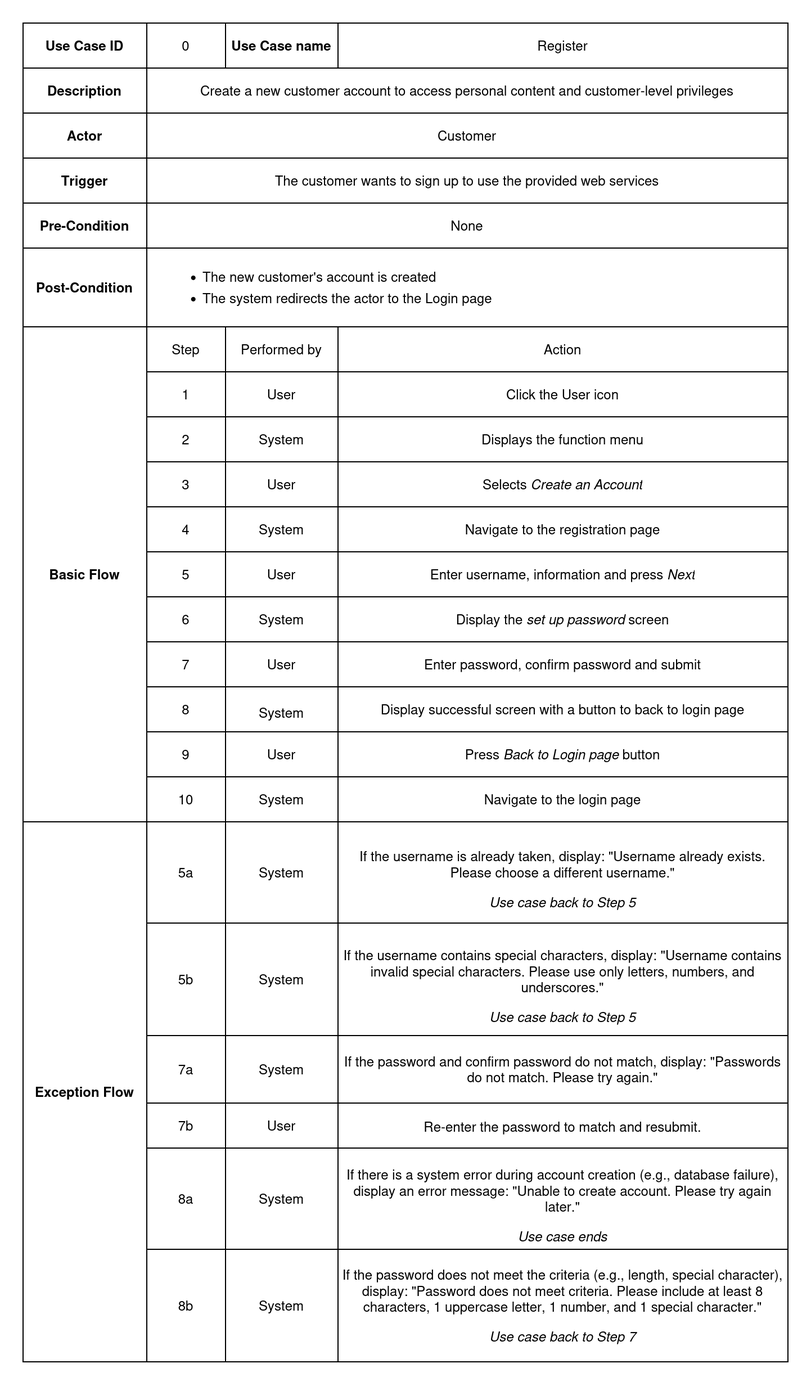
Before: documentation/Images/usecase_metadata_card/uc_0_register.drawio.png, a diagram exported from draw.io (auphong2707/itse-laptopshop-management-web-application). Source tidied: cells renumbered, new cells last; positions are measured from the earlier drawing's top-left corner, leaving out a move shared by most shapes.
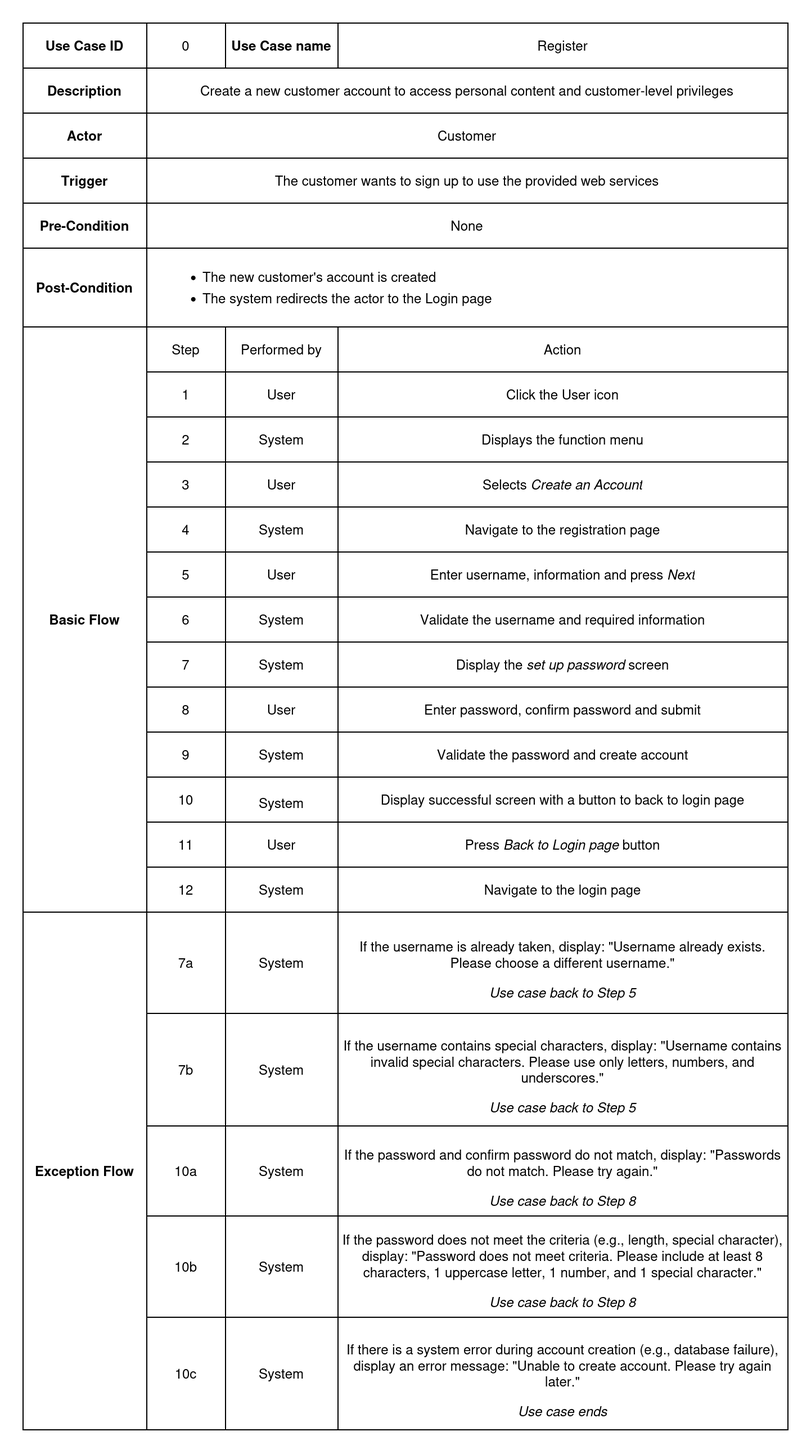
After the commit.

The edit, as a diff of the source:
```diff
@@ -3,7 +3,7 @@
     <mxCell id="0" />
     <mxCell id="1" parent="0" />
     <mxCell id="2" style="shape=table;startSize=0;" parent="1" vertex="1">
-      <mxGeometry width="680" height="1190" as="geometry" />
+      <mxGeometry width="680" height="1250" as="geometry" />
     </mxCell>
     <mxCell id="3" style="shape=tableRow;horizontal=0;startSize=0;swimlaneHead=0;swimlaneBody=0;strokeColor=inherit;top=0;left=0;bottom=0;right=0;fillColor=none;" parent="2" vertex="1">
       <mxGeometry width="680" height="40" as="geometry" />
@@ -68,8 +68,8 @@
     <mxCell id="23" style="shape=tableRow;horizontal=0;startSize=0;swimlaneHead=0;swimlaneBody=0;strokeColor=inherit;top=0;left=0;bottom=0;right=0;fillColor=none;" parent="2" vertex="1">
       <mxGeometry y="270" width="680" height="40" as="geometry" />
     </mxCell>
-    <mxCell id="24" value="Basic Flow" style="shape=partialRectangle;html=1;whiteSpace=wrap;strokeColor=inherit;overflow=hidden;fillColor=none;top=0;left=0;bottom=0;right=0;fontStyle=1;rowspan=11;colspan=1;" parent="23" vertex="1">
-      <mxGeometry width="110" height="440" as="geometry" />
+    <mxCell id="24" value="Basic Flow" style="shape=partialRectangle;html=1;whiteSpace=wrap;strokeColor=inherit;overflow=hidden;fillColor=none;top=0;left=0;bottom=0;right=0;fontStyle=1;rowspan=13;colspan=1;" parent="23" vertex="1">
+      <mxGeometry width="110" height="520" as="geometry" />
     </mxCell>
     <mxCell id="25" value="Step" style="shape=partialRectangle;html=1;whiteSpace=wrap;strokeColor=inherit;overflow=hidden;fillColor=none;top=0;left=0;bottom=0;right=0;" parent="23" vertex="1">
       <mxGeometry x="110" width="70" height="40" as="geometry" />
@@ -140,10 +140,22 @@
     <mxCell id="47" value="Enter username, information and press&amp;nbsp;&lt;i&gt;Next&lt;/i&gt;" style="shape=partialRectangle;html=1;whiteSpace=wrap;strokeColor=inherit;overflow=hidden;fillColor=none;top=0;left=0;bottom=0;right=0;" parent="44" vertex="1">
       <mxGeometry x="280" width="400" height="40" as="geometry" />
     </mxCell>
+    <mxCell id="93" style="shape=tableRow;horizontal=0;startSize=0;swimlaneHead=0;swimlaneBody=0;strokeColor=inherit;top=0;left=0;bottom=0;right=0;fillColor=none;" parent="2" vertex="1">
+      <mxGeometry y="510" width="680" height="40" as="geometry" />
+    </mxCell>
+    <mxCell id="94" value="6" style="shape=partialRectangle;html=1;whiteSpace=wrap;strokeColor=inherit;overflow=hidden;fillColor=none;top=0;left=0;bottom=0;right=0;" parent="93" vertex="1">
+      <mxGeometry x="110" width="70" height="40" as="geometry" />
+    </mxCell>
+    <mxCell id="95" value="System" style="shape=partialRectangle;html=1;whiteSpace=wrap;strokeColor=inherit;overflow=hidden;fillColor=none;top=0;left=0;bottom=0;right=0;" parent="93" vertex="1">
+      <mxGeometry x="180" width="100" height="40" as="geometry" />
+    </mxCell>
+    <mxCell id="96" value="Validate the username and required information" style="shape=partialRectangle;html=1;whiteSpace=wrap;strokeColor=inherit;overflow=hidden;fillColor=none;top=0;left=0;bottom=0;right=0;" parent="93" vertex="1">
+      <mxGeometry x="280" width="400" height="40" as="geometry" />
+    </mxCell>
     <mxCell id="48" style="shape=tableRow;horizontal=0;startSize=0;swimlaneHead=0;swimlaneBody=0;strokeColor=inherit;top=0;left=0;bottom=0;right=0;fillColor=none;" parent="2" vertex="1">
-      <mxGeometry y="510" width="680" height="40" as="geometry" />
+      <mxGeometry y="550" width="680" height="40" as="geometry" />
     </mxCell>
-    <mxCell id="49" value="6" style="shape=partialRectangle;html=1;whiteSpace=wrap;strokeColor=inherit;overflow=hidden;fillColor=none;top=0;left=0;bottom=0;right=0;" parent="48" vertex="1">
+    <mxCell id="49" value="7" style="shape=partialRectangle;html=1;whiteSpace=wrap;strokeColor=inherit;overflow=hidden;fillColor=none;top=0;left=0;bottom=0;right=0;" parent="48" vertex="1">
       <mxGeometry x="110" width="70" height="40" as="geometry" />
     </mxCell>
     <mxCell id="50" value="System" style="shape=partialRectangle;html=1;whiteSpace=wrap;strokeColor=inherit;overflow=hidden;fillColor=none;top=0;left=0;bottom=0;right=0;" parent="48" vertex="1">
@@ -153,9 +165,9 @@
       <mxGeometry x="280" width="400" height="40" as="geometry" />
     </mxCell>
     <mxCell id="52" style="shape=tableRow;horizontal=0;startSize=0;swimlaneHead=0;swimlaneBody=0;strokeColor=inherit;top=0;left=0;bottom=0;right=0;fillColor=none;" parent="2" vertex="1">
-      <mxGeometry y="550" width="680" height="40" as="geometry" />
+      <mxGeometry y="590" width="680" height="40" as="geometry" />
     </mxCell>
-    <mxCell id="53" value="7" style="shape=partialRectangle;html=1;whiteSpace=wrap;strokeColor=inherit;overflow=hidden;fillColor=none;top=0;left=0;bottom=0;right=0;" parent="52" vertex="1">
+    <mxCell id="53" value="8" style="shape=partialRectangle;html=1;whiteSpace=wrap;strokeColor=inherit;overflow=hidden;fillColor=none;top=0;left=0;bottom=0;right=0;" parent="52" vertex="1">
       <mxGeometry x="110" width="70" height="40" as="geometry" />
     </mxCell>
     <mxCell id="54" value="User" style="shape=partialRectangle;html=1;whiteSpace=wrap;strokeColor=inherit;overflow=hidden;fillColor=none;top=0;left=0;bottom=0;right=0;" parent="52" vertex="1">
@@ -164,10 +176,22 @@
     <mxCell id="55" value="Enter password, confirm password and submit" style="shape=partialRectangle;html=1;whiteSpace=wrap;strokeColor=inherit;overflow=hidden;fillColor=none;top=0;left=0;bottom=0;right=0;" parent="52" vertex="1">
       <mxGeometry x="280" width="400" height="40" as="geometry" />
     </mxCell>
+    <mxCell id="97" style="shape=tableRow;horizontal=0;startSize=0;swimlaneHead=0;swimlaneBody=0;strokeColor=inherit;top=0;left=0;bottom=0;right=0;fillColor=none;" parent="2" vertex="1">
+      <mxGeometry y="630" width="680" height="40" as="geometry" />
+    </mxCell>
+    <mxCell id="98" value="9" style="shape=partialRectangle;html=1;whiteSpace=wrap;strokeColor=inherit;overflow=hidden;fillColor=none;top=0;left=0;bottom=0;right=0;" parent="97" vertex="1">
+      <mxGeometry x="110" width="70" height="40" as="geometry" />
+    </mxCell>
+    <mxCell id="99" value="System" style="shape=partialRectangle;html=1;whiteSpace=wrap;strokeColor=inherit;overflow=hidden;fillColor=none;top=0;left=0;bottom=0;right=0;" parent="97" vertex="1">
+      <mxGeometry x="180" width="100" height="40" as="geometry" />
+    </mxCell>
+    <mxCell id="100" value="Validate the password and create account" style="shape=partialRectangle;html=1;whiteSpace=wrap;strokeColor=inherit;overflow=hidden;fillColor=none;top=0;left=0;bottom=0;right=0;" parent="97" vertex="1">
+      <mxGeometry x="280" width="400" height="40" as="geometry" />
+    </mxCell>
     <mxCell id="56" style="shape=tableRow;horizontal=0;startSize=0;swimlaneHead=0;swimlaneBody=0;strokeColor=inherit;top=0;left=0;bottom=0;right=0;fillColor=none;" parent="2" vertex="1">
-      <mxGeometry y="590" width="680" height="40" as="geometry" />
+      <mxGeometry y="670" width="680" height="40" as="geometry" />
     </mxCell>
-    <mxCell id="57" value="8" style="shape=partialRectangle;html=1;whiteSpace=wrap;strokeColor=inherit;overflow=hidden;fillColor=none;top=0;left=0;bottom=0;right=0;" parent="56" vertex="1">
+    <mxCell id="57" value="10" style="shape=partialRectangle;html=1;whiteSpace=wrap;strokeColor=inherit;overflow=hidden;fillColor=none;top=0;left=0;bottom=0;right=0;" parent="56" vertex="1">
       <mxGeometry x="110" width="70" height="40" as="geometry" />
     </mxCell>
     <mxCell id="58" value="&lt;table&gt;&lt;tbody&gt;&lt;tr&gt;&lt;td class=&quot;max-w-[calc(var(--thread-content-max-width)*2/3)]&quot;&gt;&lt;/td&gt;&lt;/tr&gt;&lt;/tbody&gt;&lt;/table&gt;&lt;table&gt;&lt;tbody&gt;&lt;tr&gt;&lt;td class=&quot;max-w-[calc(var(--thread-content-max-width)*2/3)]&quot;&gt;System&lt;/td&gt;&lt;/tr&gt;&lt;/tbody&gt;&lt;/table&gt;" style="shape=partialRectangle;html=1;whiteSpace=wrap;strokeColor=inherit;overflow=hidden;fillColor=none;top=0;left=0;bottom=0;right=0;" parent="56" vertex="1">
@@ -177,9 +201,9 @@
       <mxGeometry x="280" width="400" height="40" as="geometry" />
     </mxCell>
     <mxCell id="60" style="shape=tableRow;horizontal=0;startSize=0;swimlaneHead=0;swimlaneBody=0;strokeColor=inherit;top=0;left=0;bottom=0;right=0;fillColor=none;" parent="2" vertex="1">
-      <mxGeometry y="630" width="680" height="40" as="geometry" />
+      <mxGeometry y="710" width="680" height="40" as="geometry" />
     </mxCell>
-    <mxCell id="61" value="9" style="shape=partialRectangle;html=1;whiteSpace=wrap;strokeColor=inherit;overflow=hidden;fillColor=none;top=0;left=0;bottom=0;right=0;" parent="60" vertex="1">
+    <mxCell id="61" value="11" style="shape=partialRectangle;html=1;whiteSpace=wrap;strokeColor=inherit;overflow=hidden;fillColor=none;top=0;left=0;bottom=0;right=0;" parent="60" vertex="1">
       <mxGeometry x="110" width="70" height="40" as="geometry" />
     </mxCell>
     <mxCell id="62" value="User" style="shape=partialRectangle;html=1;whiteSpace=wrap;strokeColor=inherit;overflow=hidden;fillColor=none;top=0;left=0;bottom=0;right=0;" parent="60" vertex="1">
@@ -189,9 +213,9 @@
       <mxGeometry x="280" width="400" height="40" as="geometry" />
     </mxCell>
     <mxCell id="64" style="shape=tableRow;horizontal=0;startSize=0;swimlaneHead=0;swimlaneBody=0;strokeColor=inherit;top=0;left=0;bottom=0;right=0;fillColor=none;" parent="2" vertex="1">
-      <mxGeometry y="670" width="680" height="40" as="geometry" />
+      <mxGeometry y="750" width="680" height="40" as="geometry" />
     </mxCell>
-    <mxCell id="65" value="10" style="shape=partialRectangle;html=1;whiteSpace=wrap;strokeColor=inherit;overflow=hidden;fillColor=none;top=0;left=0;bottom=0;right=0;" parent="64" vertex="1">
+    <mxCell id="65" value="12" style="shape=partialRectangle;html=1;whiteSpace=wrap;strokeColor=inherit;overflow=hidden;fillColor=none;top=0;left=0;bottom=0;right=0;" parent="64" vertex="1">
       <mxGeometry x="110" width="70" height="40" as="geometry" />
     </mxCell>
     <mxCell id="66" value="System" style="shape=partialRectangle;html=1;whiteSpace=wrap;strokeColor=inherit;overflow=hidden;fillColor=none;top=0;left=0;bottom=0;right=0;" parent="64" vertex="1">
@@ -201,12 +225,12 @@
       <mxGeometry x="280" width="400" height="40" as="geometry" />
     </mxCell>
     <mxCell id="68" style="shape=tableRow;horizontal=0;startSize=0;swimlaneHead=0;swimlaneBody=0;strokeColor=inherit;top=0;left=0;bottom=0;right=0;fillColor=none;" parent="2" vertex="1">
-      <mxGeometry y="710" width="680" height="90" as="geometry" />
+      <mxGeometry y="790" width="680" height="90" as="geometry" />
     </mxCell>
     <mxCell id="69" value="Exception Flow" style="shape=partialRectangle;html=1;whiteSpace=wrap;strokeColor=inherit;overflow=hidden;fillColor=none;top=0;left=0;bottom=0;right=0;fontStyle=1;rowspan=6;colspan=1;" parent="68" vertex="1">
-      <mxGeometry width="110" height="480" as="geometry" />
+      <mxGeometry width="110" height="460" as="geometry" />
     </mxCell>
-    <mxCell id="70" value="5a" style="shape=partialRectangle;html=1;whiteSpace=wrap;strokeColor=inherit;overflow=hidden;fillColor=none;top=0;left=0;bottom=0;right=0;" parent="68" vertex="1">
+    <mxCell id="70" value="7a" style="shape=partialRectangle;html=1;whiteSpace=wrap;strokeColor=inherit;overflow=hidden;fillColor=none;top=0;left=0;bottom=0;right=0;" parent="68" vertex="1">
       <mxGeometry x="110" width="70" height="90" as="geometry" />
     </mxCell>
     <mxCell id="71" value="System" style="shape=partialRectangle;html=1;whiteSpace=wrap;strokeColor=inherit;overflow=hidden;fillColor=none;top=0;left=0;bottom=0;right=0;" parent="68" vertex="1">
@@ -216,9 +240,9 @@
       <mxGeometry x="280" width="400" height="90" as="geometry" />
     </mxCell>
     <mxCell id="73" style="shape=tableRow;horizontal=0;startSize=0;swimlaneHead=0;swimlaneBody=0;strokeColor=inherit;top=0;left=0;bottom=0;right=0;fillColor=none;" parent="2" vertex="1">
-      <mxGeometry y="800" width="680" height="100" as="geometry" />
+      <mxGeometry y="880" width="680" height="100" as="geometry" />
     </mxCell>
-    <mxCell id="74" value="5b" style="shape=partialRectangle;html=1;whiteSpace=wrap;strokeColor=inherit;overflow=hidden;fillColor=none;top=0;left=0;bottom=0;right=0;" parent="73" vertex="1">
+    <mxCell id="74" value="7b" style="shape=partialRectangle;html=1;whiteSpace=wrap;strokeColor=inherit;overflow=hidden;fillColor=none;top=0;left=0;bottom=0;right=0;" parent="73" vertex="1">
       <mxGeometry x="110" width="70" height="100" as="geometry" />
     </mxCell>
     <mxCell id="75" value="System" style="shape=partialRectangle;html=1;whiteSpace=wrap;strokeColor=inherit;overflow=hidden;fillColor=none;top=0;left=0;bottom=0;right=0;" parent="73" vertex="1">
@@ -228,51 +252,39 @@
       <mxGeometry x="280" width="400" height="100" as="geometry" />
     </mxCell>
     <mxCell id="77" style="shape=tableRow;horizontal=0;startSize=0;swimlaneHead=0;swimlaneBody=0;strokeColor=inherit;top=0;left=0;bottom=0;right=0;fillColor=none;" parent="2" vertex="1">
-      <mxGeometry y="900" width="680" height="60" as="geometry" />
+      <mxGeometry y="980" width="680" height="80" as="geometry" />
     </mxCell>
-    <mxCell id="78" value="7a" style="shape=partialRectangle;html=1;whiteSpace=wrap;strokeColor=inherit;overflow=hidden;fillColor=none;top=0;left=0;bottom=0;right=0;" parent="77" vertex="1">
-      <mxGeometry x="110" width="70" height="60" as="geometry" />
+    <mxCell id="78" value="10a" style="shape=partialRectangle;html=1;whiteSpace=wrap;strokeColor=inherit;overflow=hidden;fillColor=none;top=0;left=0;bottom=0;right=0;" parent="77" vertex="1">
+      <mxGeometry x="110" width="70" height="80" as="geometry" />
     </mxCell>
     <mxCell id="79" value="&lt;p style=&quot;white-space: pre-wrap;&quot; dir=&quot;auto&quot;&gt;System&lt;/p&gt;" style="shape=partialRectangle;html=1;whiteSpace=wrap;strokeColor=inherit;overflow=hidden;fillColor=none;top=0;left=0;bottom=0;right=0;" parent="77" vertex="1">
-      <mxGeometry x="180" width="100" height="60" as="geometry" />
+      <mxGeometry x="180" width="100" height="80" as="geometry" />
     </mxCell>
-    <mxCell id="80" value="&lt;p style=&quot;white-space: pre-wrap;&quot; dir=&quot;auto&quot;&gt;If the password and confirm password do not match, display: &quot;Passwords do not match. Please try again.&quot;&lt;/p&gt;" style="shape=partialRectangle;html=1;whiteSpace=wrap;strokeColor=inherit;overflow=hidden;fillColor=none;top=0;left=0;bottom=0;right=0;" parent="77" vertex="1">
-      <mxGeometry x="280" width="400" height="60" as="geometry" />
+    <mxCell id="80" value="&lt;p style=&quot;white-space: pre-wrap;&quot; dir=&quot;auto&quot;&gt;If the password and confirm password do not match, display: &quot;Passwords do not match. Please try again.&quot;&lt;/p&gt;&lt;div&gt;&lt;i&gt;Use case back to Step 8&lt;/i&gt;&lt;/div&gt;" style="shape=partialRectangle;html=1;whiteSpace=wrap;strokeColor=inherit;overflow=hidden;fillColor=none;top=0;left=0;bottom=0;right=0;" parent="77" vertex="1">
+      <mxGeometry x="280" width="400" height="80" as="geometry" />
     </mxCell>
-    <mxCell id="81" style="shape=tableRow;horizontal=0;startSize=0;swimlaneHead=0;swimlaneBody=0;strokeColor=inherit;top=0;left=0;bottom=0;right=0;fillColor=none;" parent="2" vertex="1">
-      <mxGeometry y="960" width="680" height="40" as="geometry" />
-    </mxCell>
-    <mxCell id="82" value="7b" style="shape=partialRectangle;html=1;whiteSpace=wrap;strokeColor=inherit;overflow=hidden;fillColor=none;top=0;left=0;bottom=0;right=0;" parent="81" vertex="1">
-      <mxGeometry x="110" width="70" height="40" as="geometry" />
-    </mxCell>
-    <mxCell id="83" value="User" style="shape=partialRectangle;html=1;whiteSpace=wrap;strokeColor=inherit;overflow=hidden;fillColor=none;top=0;left=0;bottom=0;right=0;" parent="81" vertex="1">
-      <mxGeometry x="180" width="100" height="40" as="geometry" />
-    </mxCell>
-    <mxCell id="84" value="&lt;p style=&quot;white-space: pre-wrap;&quot; dir=&quot;auto&quot;&gt;Re-enter the password to match and resubmit.&lt;/p&gt;" style="shape=partialRectangle;html=1;whiteSpace=wrap;strokeColor=inherit;overflow=hidden;fillColor=none;top=0;left=0;bottom=0;right=0;" parent="81" vertex="1">
-      <mxGeometry x="280" width="400" height="40" as="geometry" />
-    </mxCell>
     <mxCell id="85" style="shape=tableRow;horizontal=0;startSize=0;swimlaneHead=0;swimlaneBody=0;strokeColor=inherit;top=0;left=0;bottom=0;right=0;fillColor=none;" parent="2" vertex="1">
-      <mxGeometry y="1000" width="680" height="90" as="geometry" />
+      <mxGeometry y="1060" width="680" height="90" as="geometry" />
     </mxCell>
-    <mxCell id="86" value="8a" style="shape=partialRectangle;html=1;whiteSpace=wrap;strokeColor=inherit;overflow=hidden;fillColor=none;top=0;left=0;bottom=0;right=0;" parent="85" vertex="1">
+    <mxCell id="86" value="10b" style="shape=partialRectangle;html=1;whiteSpace=wrap;strokeColor=inherit;overflow=hidden;fillColor=none;top=0;left=0;bottom=0;right=0;" parent="85" vertex="1">
       <mxGeometry x="110" width="70" height="90" as="geometry" />
     </mxCell>
     <mxCell id="87" value="System" style="shape=partialRectangle;html=1;whiteSpace=wrap;strokeColor=inherit;overflow=hidden;fillColor=none;top=0;left=0;bottom=0;right=0;" parent="85" vertex="1">
       <mxGeometry x="180" width="100" height="90" as="geometry" />
     </mxCell>
-    <mxCell id="88" value="&lt;p style=&quot;white-space: pre-wrap;&quot; dir=&quot;auto&quot;&gt;If there is a system error during account creation (e.g., database failure), display an error message: &quot;Unable to create account. Please try again later.&quot;&lt;/p&gt;&lt;i&gt;Use case ends&lt;/i&gt;" style="shape=partialRectangle;html=1;whiteSpace=wrap;strokeColor=inherit;overflow=hidden;fillColor=none;top=0;left=0;bottom=0;right=0;" parent="85" vertex="1">
+    <mxCell id="88" value="&lt;p style=&quot;white-space: pre-wrap;&quot; dir=&quot;auto&quot;&gt;If the password does not meet the criteria (e.g., length, special character), display: &quot;Password does not meet criteria. Please include at least 8 characters, 1 uppercase letter, 1 number, and 1 special character.&quot;&lt;/p&gt;&lt;p style=&quot;white-space: pre-wrap;&quot; dir=&quot;auto&quot;&gt;&lt;i&gt;Use case back to Step 8&lt;/i&gt;&lt;/p&gt;" style="shape=partialRectangle;html=1;whiteSpace=wrap;strokeColor=inherit;overflow=hidden;fillColor=none;top=0;left=0;bottom=0;right=0;" parent="85" vertex="1">
       <mxGeometry x="280" width="400" height="90" as="geometry" />
     </mxCell>
     <mxCell id="89" style="shape=tableRow;horizontal=0;startSize=0;swimlaneHead=0;swimlaneBody=0;strokeColor=inherit;top=0;left=0;bottom=0;right=0;fillColor=none;" parent="2" vertex="1">
-      <mxGeometry y="1090" width="680" height="100" as="geometry" />
+      <mxGeometry y="1150" width="680" height="100" as="geometry" />
     </mxCell>
-    <mxCell id="90" value="8b" style="shape=partialRectangle;html=1;whiteSpace=wrap;strokeColor=inherit;overflow=hidden;fillColor=none;top=0;left=0;bottom=0;right=0;" parent="89" vertex="1">
+    <mxCell id="90" value="10c" style="shape=partialRectangle;html=1;whiteSpace=wrap;strokeColor=inherit;overflow=hidden;fillColor=none;top=0;left=0;bottom=0;right=0;" parent="89" vertex="1">
       <mxGeometry x="110" width="70" height="100" as="geometry" />
     </mxCell>
     <mxCell id="91" value="System" style="shape=partialRectangle;html=1;whiteSpace=wrap;strokeColor=inherit;overflow=hidden;fillColor=none;top=0;left=0;bottom=0;right=0;" parent="89" vertex="1">
       <mxGeometry x="180" width="100" height="100" as="geometry" />
     </mxCell>
-    <mxCell id="92" value="&lt;p style=&quot;white-space: pre-wrap;&quot; dir=&quot;auto&quot;&gt;If the password does not meet the criteria (e.g., length, special character), display: &quot;Password does not meet criteria. Please include at least 8 characters, 1 uppercase letter, 1 number, and 1 special character.&quot;&lt;/p&gt;&lt;p style=&quot;white-space: pre-wrap;&quot; dir=&quot;auto&quot;&gt;&lt;i&gt;Use case back to Step 7&lt;/i&gt;&lt;/p&gt;" style="shape=partialRectangle;html=1;whiteSpace=wrap;strokeColor=inherit;overflow=hidden;fillColor=none;top=0;left=0;bottom=0;right=0;" parent="89" vertex="1">
+    <mxCell id="92" value="&lt;p style=&quot;white-space: pre-wrap;&quot; dir=&quot;auto&quot;&gt;If there is a system error during account creation (e.g., database failure), display an error message: &quot;Unable to create account. Please try again later.&quot;&lt;/p&gt;&lt;i&gt;Use case ends&lt;/i&gt;" style="shape=partialRectangle;html=1;whiteSpace=wrap;strokeColor=inherit;overflow=hidden;fillColor=none;top=0;left=0;bottom=0;right=0;" parent="89" vertex="1">
       <mxGeometry x="280" width="400" height="100" as="geometry" />
     </mxCell>
   </root>
```
